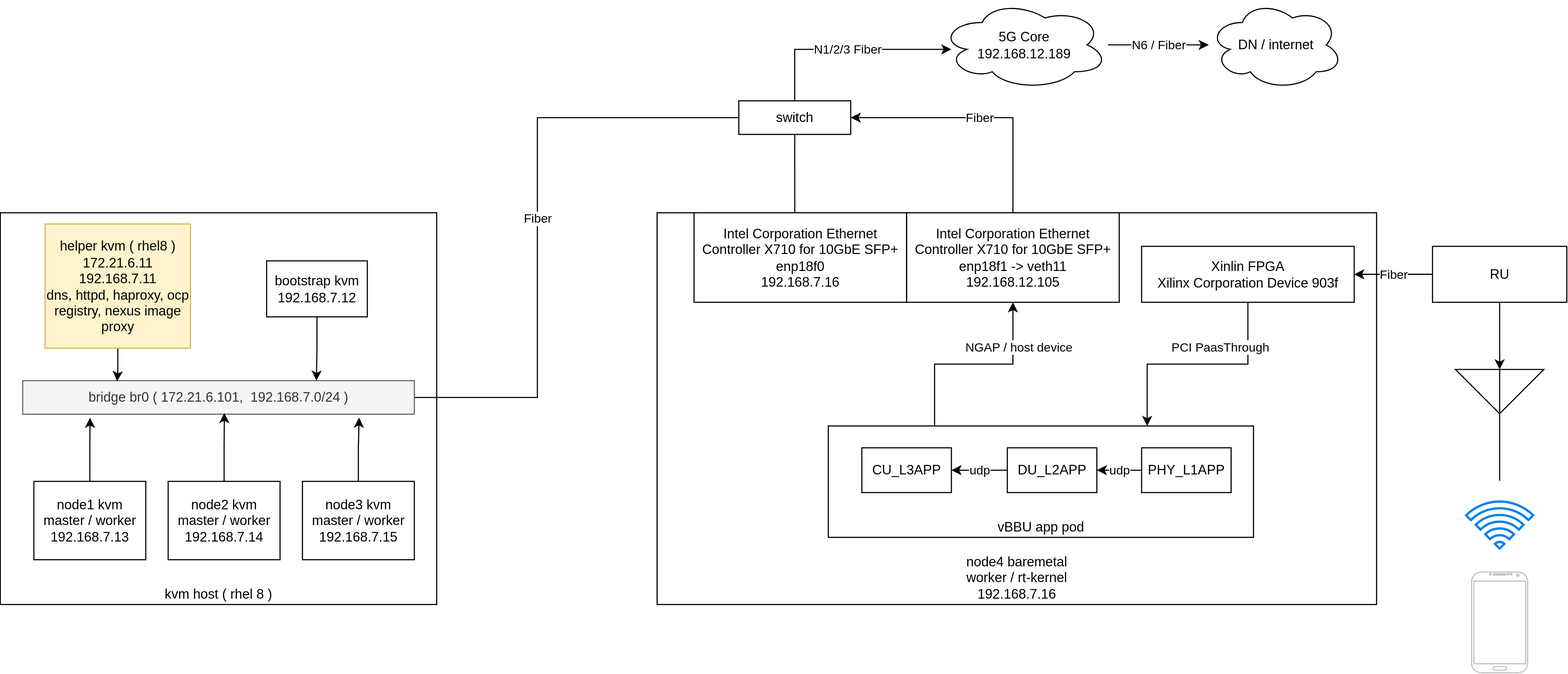
This is redhat/ocp4/4.7/dia/4.7.real-time.kernel.drawio.svg from wangzheng422/docker_env, a draw.io export, as it was before one commit. Source tidied: cells renumbered, new cells last; positions are measured from the earlier drawing's top-left corner, leaving out a move shared by most shapes. Source of this version:
```xml
<mxGraphModel>
  <root>
    <mxCell id="0" />
    <mxCell id="1" parent="0" />
    <mxCell id="2" value="kvm host ( rhel 8 )" style="rounded=0;whiteSpace=wrap;html=1;verticalAlign=bottom;" parent="1" vertex="1">
      <mxGeometry y="190" width="390" height="350" as="geometry" />
    </mxCell>
    <mxCell id="3" value="node4 baremetal&lt;br&gt;worker / rt-kernel&lt;br&gt;192.168.7.16" style="rounded=0;whiteSpace=wrap;html=1;verticalAlign=bottom;" parent="1" vertex="1">
      <mxGeometry x="587" y="190" width="643" height="350" as="geometry" />
    </mxCell>
    <mxCell id="4" value="vBBU app pod" style="rounded=0;whiteSpace=wrap;html=1;verticalAlign=bottom;" parent="1" vertex="1">
      <mxGeometry x="740" y="380.5" width="380" height="99.5" as="geometry" />
    </mxCell>
    <mxCell id="5" value="N6 / Fiber" style="edgeStyle=orthogonalEdgeStyle;rounded=0;jettySize=auto;html=1;" parent="1" edge="1" source="6" target="22">
      <mxGeometry relative="1" as="geometry" />
    </mxCell>
    <mxCell id="6" value="5G Core&lt;br&gt;192.168.12.189" style="ellipse;shape=cloud;whiteSpace=wrap;html=1;" parent="1" vertex="1">
      <mxGeometry x="840" width="150" height="80" as="geometry" />
    </mxCell>
    <mxCell id="7" value="Fiber" style="edgeStyle=orthogonalEdgeStyle;rounded=0;jettySize=auto;html=1;entryX=1;entryY=0.5;entryDx=0;entryDy=0;exitX=0.5;exitY=0;exitDx=0;exitDy=0;" parent="1" edge="1" source="26" target="10">
      <mxGeometry relative="1" as="geometry" />
    </mxCell>
    <mxCell id="8" style="edgeStyle=orthogonalEdgeStyle;rounded=0;jettySize=auto;html=1;entryX=0.474;entryY=0;entryDx=0;entryDy=0;entryPerimeter=0;endArrow=none;endFill=0;" parent="1" edge="1" source="10" target="25">
      <mxGeometry relative="1" as="geometry" />
    </mxCell>
    <mxCell id="9" value="N1/2/3 Fiber" style="edgeStyle=orthogonalEdgeStyle;rounded=0;jettySize=auto;html=1;endArrow=classic;endFill=1;" parent="1" edge="1" source="10">
      <mxGeometry relative="1" as="geometry">
        <mxPoint x="850" y="44" as="targetPoint" />
        <Array as="points">
          <mxPoint x="710" y="44" />
        </Array>
      </mxGeometry>
    </mxCell>
    <mxCell id="10" value="switch" style="rounded=0;whiteSpace=wrap;html=1;" parent="1" vertex="1">
      <mxGeometry x="660" y="90" width="100" height="30" as="geometry" />
    </mxCell>
    <mxCell id="11" value="Untitled Layer" parent="0" />
    <mxCell id="12" value="Fiber" style="edgeStyle=orthogonalEdgeStyle;rounded=0;jettySize=auto;html=1;endArrow=none;endFill=0;entryX=0;entryY=0.5;entryDx=0;entryDy=0;" parent="11" edge="1" source="13" target="10">
      <mxGeometry relative="1" as="geometry">
        <Array as="points">
          <mxPoint x="480" y="355" />
          <mxPoint x="480" y="105" />
        </Array>
      </mxGeometry>
    </mxCell>
    <mxCell id="13" value="bridge br0 ( 172.21.6.101,&amp;nbsp; 192.168.7.0/24 )" style="rounded=0;whiteSpace=wrap;html=1;fillColor=#f5f5f5;strokeColor=#666666;fontColor=#333333;" parent="11" vertex="1">
      <mxGeometry x="20" y="340" width="350" height="30" as="geometry" />
    </mxCell>
    <mxCell id="14" style="edgeStyle=orthogonalEdgeStyle;rounded=0;jettySize=auto;html=1;entryX=0.241;entryY=0.017;entryDx=0;entryDy=0;entryPerimeter=0;" parent="11" edge="1" source="15" target="13">
      <mxGeometry relative="1" as="geometry" />
    </mxCell>
    <mxCell id="15" value="helper kvm ( rhel8 )&lt;br&gt;172.21.6.11&lt;br&gt;192.168.7.11&lt;br&gt;dns, httpd, haproxy, ocp registry, nexus image proxy" style="rounded=0;whiteSpace=wrap;html=1;fillColor=#fff2cc;strokeColor=#d6b656;" parent="11" vertex="1">
      <mxGeometry x="40" y="200" width="130" height="111" as="geometry" />
    </mxCell>
    <mxCell id="16" style="edgeStyle=orthogonalEdgeStyle;rounded=0;jettySize=auto;html=1;entryX=0.75;entryY=0;entryDx=0;entryDy=0;" parent="11" edge="1" source="17" target="13">
      <mxGeometry relative="1" as="geometry" />
    </mxCell>
    <mxCell id="17" value="bootstrap kvm&lt;br&gt;192.168.7.12" style="rounded=0;whiteSpace=wrap;html=1;" parent="11" vertex="1">
      <mxGeometry x="238" y="233" width="90" height="50" as="geometry" />
    </mxCell>
    <mxCell id="18" style="edgeStyle=orthogonalEdgeStyle;rounded=0;jettySize=auto;html=1;entryX=0.172;entryY=1.103;entryDx=0;entryDy=0;entryPerimeter=0;" parent="11" edge="1" source="19" target="13">
      <mxGeometry relative="1" as="geometry" />
    </mxCell>
    <mxCell id="19" value="node1 kvm&lt;br&gt;master / worker&lt;br&gt;192.168.7.13" style="rounded=0;whiteSpace=wrap;html=1;" parent="11" vertex="1">
      <mxGeometry x="30" y="430" width="100" height="70" as="geometry" />
    </mxCell>
    <mxCell id="20" style="edgeStyle=orthogonalEdgeStyle;rounded=0;jettySize=auto;html=1;entryX=0.515;entryY=0.962;entryDx=0;entryDy=0;entryPerimeter=0;" parent="11" edge="1" source="21" target="13">
      <mxGeometry relative="1" as="geometry" />
    </mxCell>
    <mxCell id="21" value="node2 kvm&lt;br&gt;master / worker&lt;br&gt;192.168.7.14" style="rounded=0;whiteSpace=wrap;html=1;" parent="11" vertex="1">
      <mxGeometry x="150" y="430" width="100" height="70" as="geometry" />
    </mxCell>
    <mxCell id="22" value="DN / internet" style="ellipse;shape=cloud;whiteSpace=wrap;html=1;" parent="11" vertex="1">
      <mxGeometry x="1080" width="120" height="80" as="geometry" />
    </mxCell>
    <mxCell id="23" style="edgeStyle=orthogonalEdgeStyle;rounded=0;jettySize=auto;html=1;entryX=0.859;entryY=1.1;entryDx=0;entryDy=0;entryPerimeter=0;" parent="11" edge="1" source="24" target="13">
      <mxGeometry relative="1" as="geometry" />
    </mxCell>
    <mxCell id="24" value="node3 kvm&lt;br&gt;master / worker&lt;br&gt;192.168.7.15" style="rounded=0;whiteSpace=wrap;html=1;" parent="11" vertex="1">
      <mxGeometry x="270" y="430" width="100" height="70" as="geometry" />
    </mxCell>
    <mxCell id="25" value="Intel Corporation Ethernet Controller X710 for 10GbE SFP+&amp;nbsp;&lt;br&gt;&amp;nbsp; enp18f0&lt;br&gt;192.168.7.16" style="rounded=0;whiteSpace=wrap;html=1;" parent="11" vertex="1">
      <mxGeometry x="620" y="190" width="190" height="80" as="geometry" />
    </mxCell>
    <mxCell id="26" value="Intel Corporation Ethernet Controller X710 for 10GbE SFP+&amp;nbsp;&lt;br&gt;enp18f1 -&amp;gt; veth11&lt;br&gt;192.168.12.105" style="rounded=0;whiteSpace=wrap;html=1;" parent="11" vertex="1">
      <mxGeometry x="810" y="190" width="190" height="80" as="geometry" />
    </mxCell>
    <mxCell id="27" value="Xinlin FPGA&lt;br&gt;Xilinx Corporation Device 903f" style="rounded=0;whiteSpace=wrap;html=1;" parent="11" vertex="1">
      <mxGeometry x="1020" y="220" width="190" height="50" as="geometry" />
    </mxCell>
    <mxCell id="28" value="NGAP / host device" style="edgeStyle=orthogonalEdgeStyle;rounded=0;jettySize=auto;html=1;entryX=0.5;entryY=1;entryDx=0;entryDy=0;exitX=0.25;exitY=0;exitDx=0;exitDy=0;" parent="11" edge="1" source="4" target="26">
      <mxGeometry x="0.56" y="-5" relative="1" as="geometry" />
    </mxCell>
    <mxCell id="29" value="PCI PaasThrough" style="edgeStyle=orthogonalEdgeStyle;rounded=0;jettySize=auto;html=1;exitX=0.5;exitY=1;exitDx=0;exitDy=0;entryX=0.75;entryY=0;entryDx=0;entryDy=0;" parent="11" edge="1" source="27" target="4">
      <mxGeometry x="-0.2" y="-15" relative="1" as="geometry" />
    </mxCell>
    <mxCell id="30" value="udp" style="edgeStyle=orthogonalEdgeStyle;rounded=0;jettySize=auto;html=1;entryX=1;entryY=0.5;entryDx=0;entryDy=0;exitX=0;exitY=0.5;exitDx=0;exitDy=0;" parent="11" edge="1" source="31" target="33">
      <mxGeometry relative="1" as="geometry">
        <Array as="points">
          <mxPoint x="990" y="420" />
          <mxPoint x="990" y="420" />
        </Array>
      </mxGeometry>
    </mxCell>
    <mxCell id="31" value="PHY_L1APP" style="rounded=0;whiteSpace=wrap;html=1;verticalAlign=middle;" parent="11" vertex="1">
      <mxGeometry x="1020" y="400" width="80" height="40" as="geometry" />
    </mxCell>
    <mxCell id="32" value="udp" style="edgeStyle=orthogonalEdgeStyle;rounded=0;jettySize=auto;html=1;entryX=1;entryY=0.5;entryDx=0;entryDy=0;exitX=0;exitY=0.5;exitDx=0;exitDy=0;" parent="11" edge="1" source="33" target="40">
      <mxGeometry relative="1" as="geometry">
        <Array as="points">
          <mxPoint x="870" y="420" />
          <mxPoint x="870" y="420" />
        </Array>
      </mxGeometry>
    </mxCell>
    <mxCell id="33" value="DU_L2APP" style="rounded=0;whiteSpace=wrap;html=1;verticalAlign=middle;" parent="11" vertex="1">
      <mxGeometry x="900" y="400" width="80" height="40" as="geometry" />
    </mxCell>
    <mxCell id="34" style="verticalLabelPosition=bottom;verticalAlign=top;html=1;shadow=0;dashed=0;strokeWidth=1;shape=mxgraph.android.phone2;strokeColor=#c0c0c0;" parent="11" vertex="1">
      <mxGeometry x="1315" y="511" width="50" height="90" as="geometry" />
    </mxCell>
    <mxCell id="35" value="Fiber" style="edgeStyle=orthogonalEdgeStyle;rounded=0;jettySize=auto;html=1;entryX=1;entryY=0.5;entryDx=0;entryDy=0;" parent="11" edge="1" source="36" target="27">
      <mxGeometry relative="1" as="geometry" />
    </mxCell>
    <mxCell id="36" value="RU" style="rounded=0;whiteSpace=wrap;html=1;" parent="11" vertex="1">
      <mxGeometry x="1280" y="220" width="120" height="50" as="geometry" />
    </mxCell>
    <mxCell id="37" style="edgeStyle=orthogonalEdgeStyle;rounded=0;jettySize=auto;html=1;" parent="11" edge="1" source="36">
      <mxGeometry relative="1" as="geometry">
        <mxPoint x="1340" y="330" as="targetPoint" />
      </mxGeometry>
    </mxCell>
    <mxCell id="38" style="verticalLabelPosition=bottom;shadow=0;dashed=0;align=center;html=1;verticalAlign=top;shape=mxgraph.electrical.radio.aerial_-_antenna_2;" parent="11" vertex="1">
      <mxGeometry x="1300.5" y="329.5" width="79" height="100" as="geometry" />
    </mxCell>
    <mxCell id="39" style="html=1;verticalLabelPosition=bottom;align=center;labelBackgroundColor=#ffffff;verticalAlign=top;strokeWidth=2;strokeColor=#0080F0;shadow=0;dashed=0;shape=mxgraph.ios7.icons.wifi;" parent="11" vertex="1">
      <mxGeometry x="1310" y="448" width="60" height="42" as="geometry" />
    </mxCell>
    <mxCell id="40" value="CU_L3APP" style="rounded=0;whiteSpace=wrap;html=1;verticalAlign=middle;" parent="11" vertex="1">
      <mxGeometry x="770" y="400" width="80" height="40" as="geometry" />
    </mxCell>
  </root>
</mxGraphModel>
```
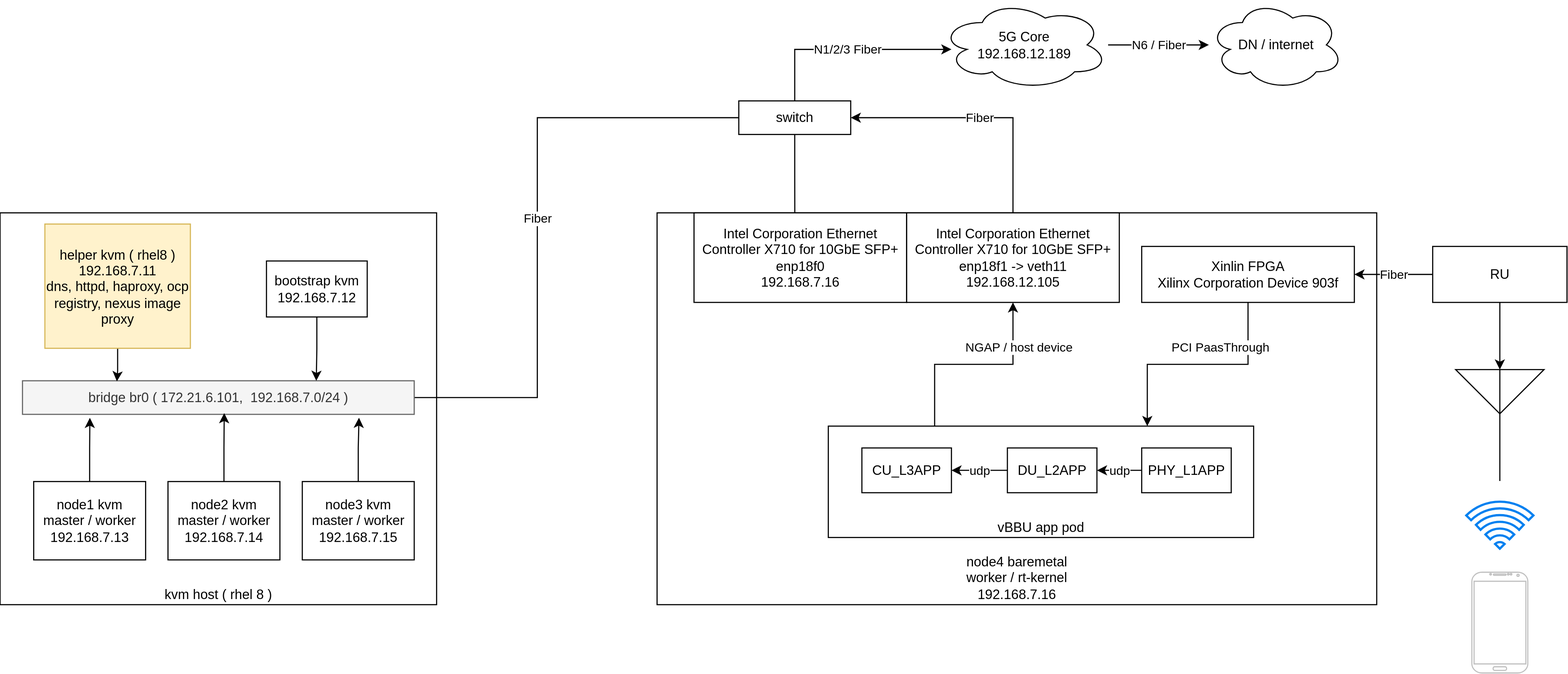
The same diagram one commit later.

What changed in the source:
```diff
@@ -49,7 +49,7 @@
     <mxCell id="14" style="edgeStyle=orthogonalEdgeStyle;rounded=0;jettySize=auto;html=1;entryX=0.241;entryY=0.017;entryDx=0;entryDy=0;entryPerimeter=0;" parent="11" edge="1" source="15" target="13">
       <mxGeometry relative="1" as="geometry" />
     </mxCell>
-    <mxCell id="15" value="helper kvm ( rhel8 )&lt;br&gt;172.21.6.11&lt;br&gt;192.168.7.11&lt;br&gt;dns, httpd, haproxy, ocp registry, nexus image proxy" style="rounded=0;whiteSpace=wrap;html=1;fillColor=#fff2cc;strokeColor=#d6b656;" parent="11" vertex="1">
+    <mxCell id="15" value="helper kvm ( rhel8 )&lt;br&gt;192.168.7.11&lt;br&gt;dns, httpd, haproxy, ocp registry, nexus image proxy" style="rounded=0;whiteSpace=wrap;html=1;fillColor=#fff2cc;strokeColor=#d6b656;" parent="11" vertex="1">
       <mxGeometry x="40" y="200" width="130" height="111" as="geometry" />
     </mxCell>
     <mxCell id="16" style="edgeStyle=orthogonalEdgeStyle;rounded=0;jettySize=auto;html=1;entryX=0.75;entryY=0;entryDx=0;entryDy=0;" parent="11" edge="1" source="17" target="13">
```
